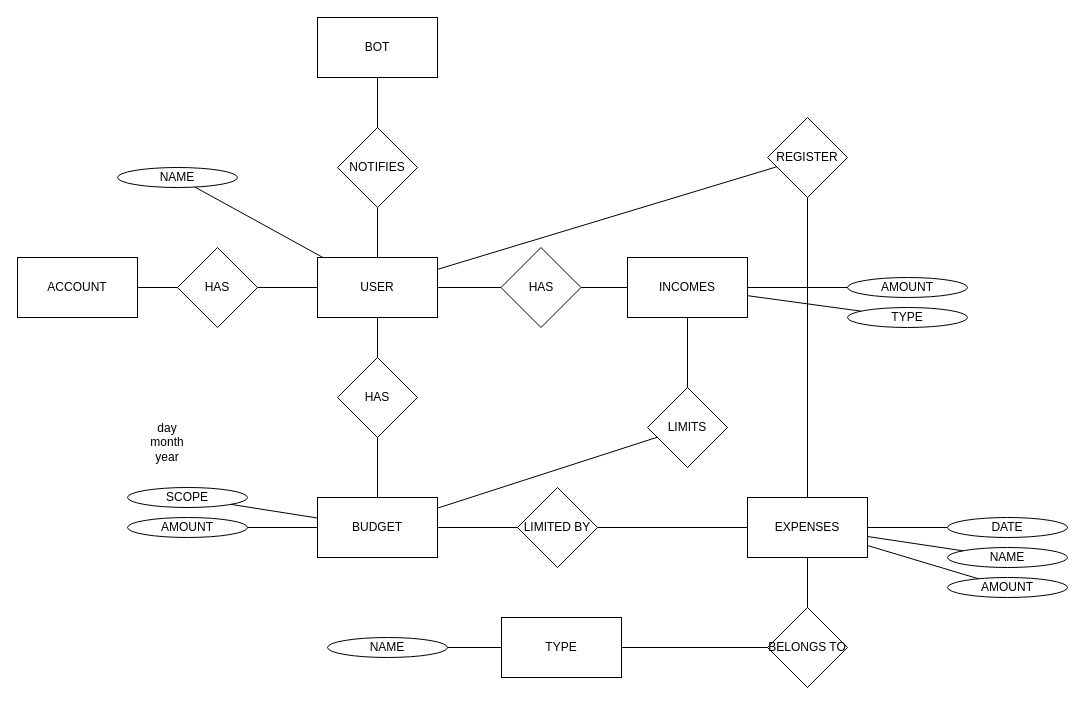
The draw.io diagram Diagrama sin título.drawio in josueelias9/__mobile__expense_app, before the edit. Source tidied: cells renumbered, new cells numbered last; positions are measured from the earlier drawing's top-left corner, leaving out a move shared by most shapes. Both pictures are drawn from the tidied source at 100%, with x=0, y=0 at pixel (17, 17).
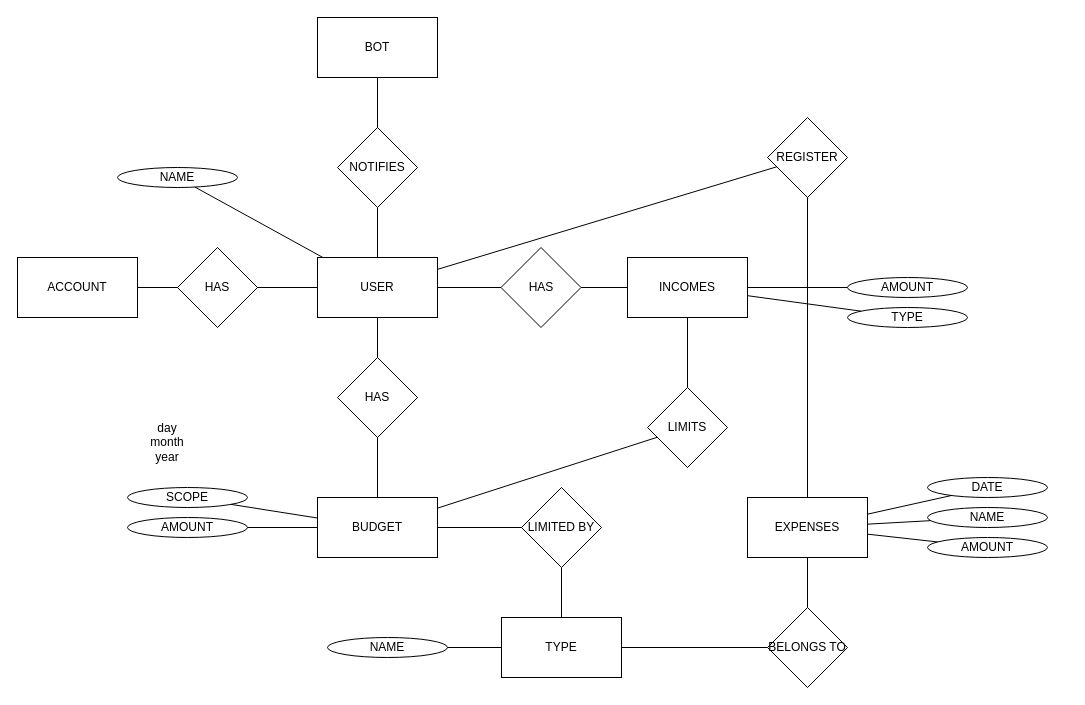
The same page after the edit.

The change refers to these unchanged cells:
```xml
<mxCell id="6" value="EXPENSES" style="rounded=0;whiteSpace=wrap;html=1;" parent="1" vertex="1">
  <mxGeometry x="730" y="480" width="120" height="60" as="geometry" />
</mxCell>
<mxCell id="34" value="TYPE" style="rounded=0;whiteSpace=wrap;html=1;" parent="1" vertex="1">
  <mxGeometry x="484" y="600" width="120" height="60" as="geometry" />
</mxCell>
```

Change to the diagram source:
```diff
@@
     <mxCell id="12" value="LIMITED BY" style="rhombus;whiteSpace=wrap;html=1;" parent="1" vertex="1">
-      <mxGeometry x="500" y="470" width="80" height="80" as="geometry" />
+      <mxGeometry x="504" y="470" width="80" height="80" as="geometry" />
     </mxCell>
-    <mxCell id="13" style="edgeStyle=orthogonalEdgeStyle;rounded=0;jettySize=auto;html=1;endArrow=none;endFill=0;" parent="1" edge="1" source="12" target="6">
+    <mxCell id="13" style="edgeStyle=orthogonalEdgeStyle;rounded=0;jettySize=auto;html=1;endArrow=none;endFill=0;" parent="1" edge="1" source="12" target="34">
       <mxGeometry relative="1" as="geometry" />
     </mxCell>
@@
     <mxCell id="26" value="DATE" style="ellipse;whiteSpace=wrap;html=1;" parent="1" vertex="1">
-      <mxGeometry x="930" y="500" width="120" height="20" as="geometry" />
+      <mxGeometry x="910" y="460" width="120" height="20" as="geometry" />
     </mxCell>
@@
     <mxCell id="30" value="NAME" style="ellipse;whiteSpace=wrap;html=1;" parent="1" vertex="1">
-      <mxGeometry x="930" y="530" width="120" height="20" as="geometry" />
+      <mxGeometry x="910" y="490" width="120" height="20" as="geometry" />
     </mxCell>
@@
     <mxCell id="32" value="AMOUNT" style="ellipse;whiteSpace=wrap;html=1;" parent="1" vertex="1">
-      <mxGeometry x="930" y="560" width="120" height="20" as="geometry" />
+      <mxGeometry x="910" y="520" width="120" height="20" as="geometry" />
     </mxCell>
```
